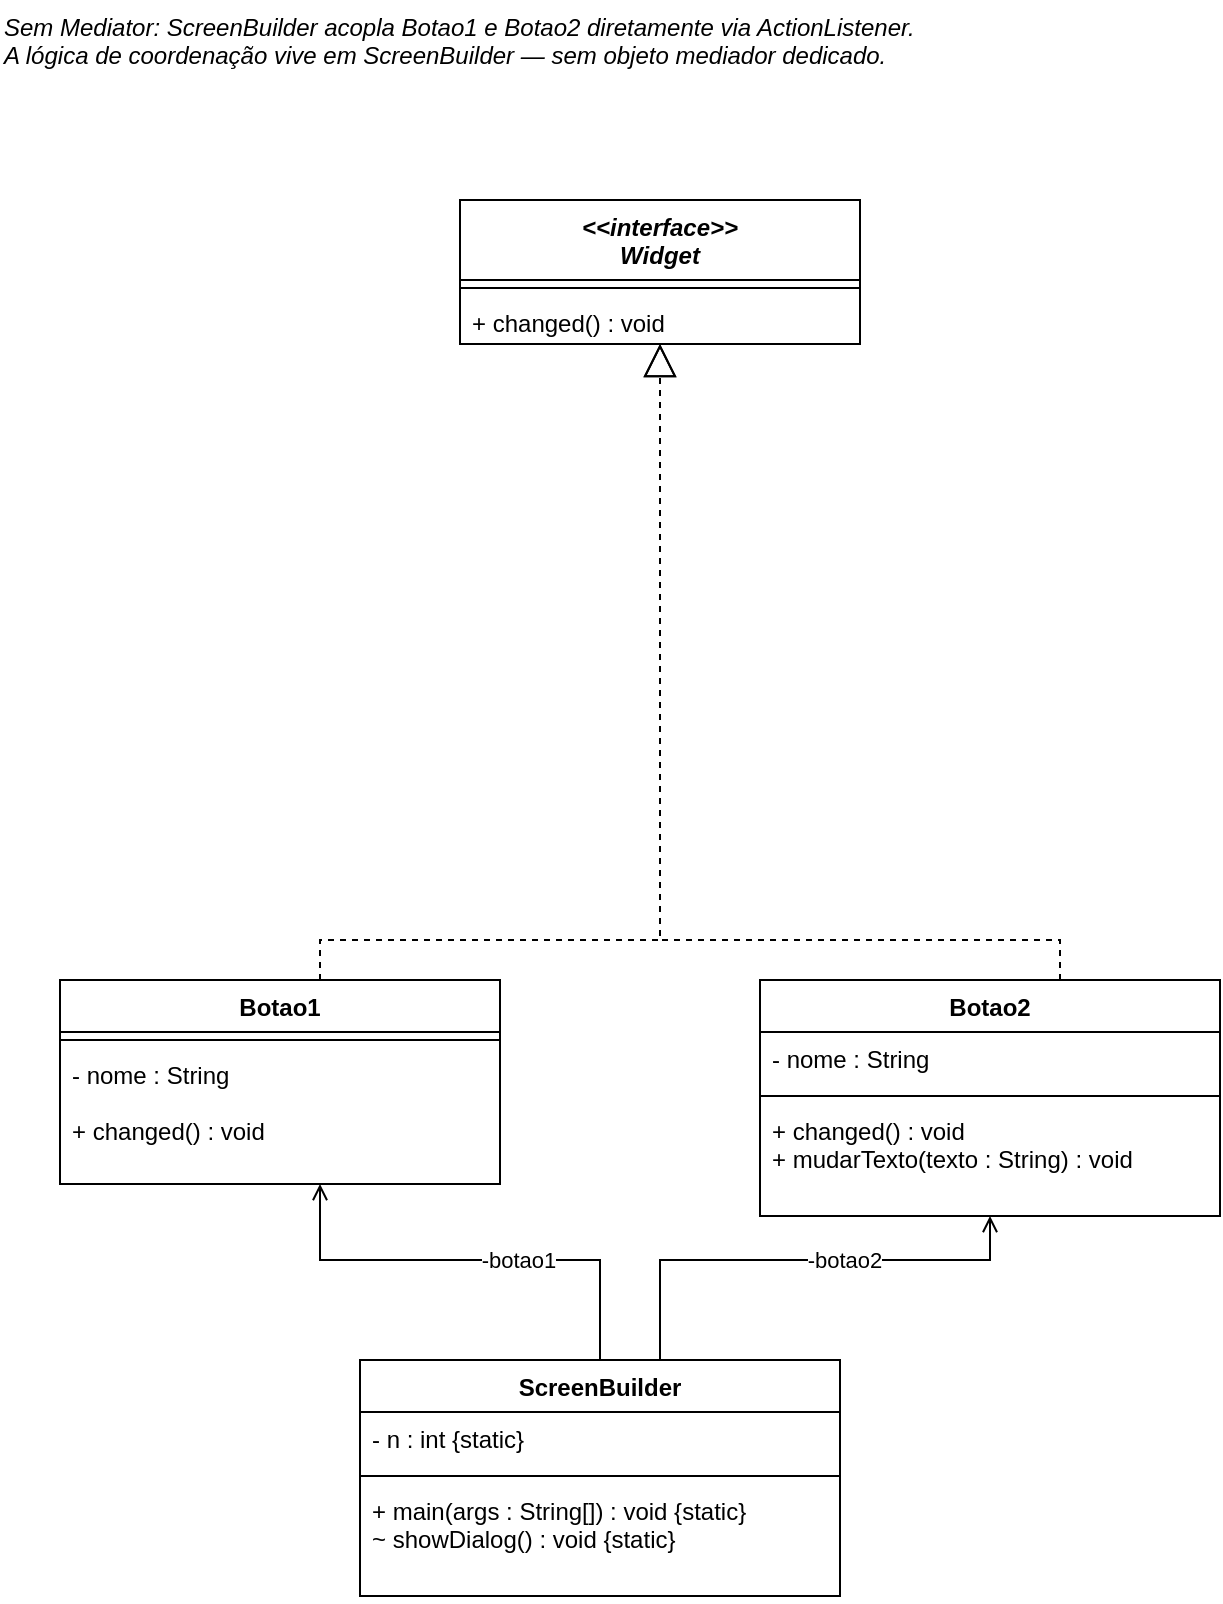
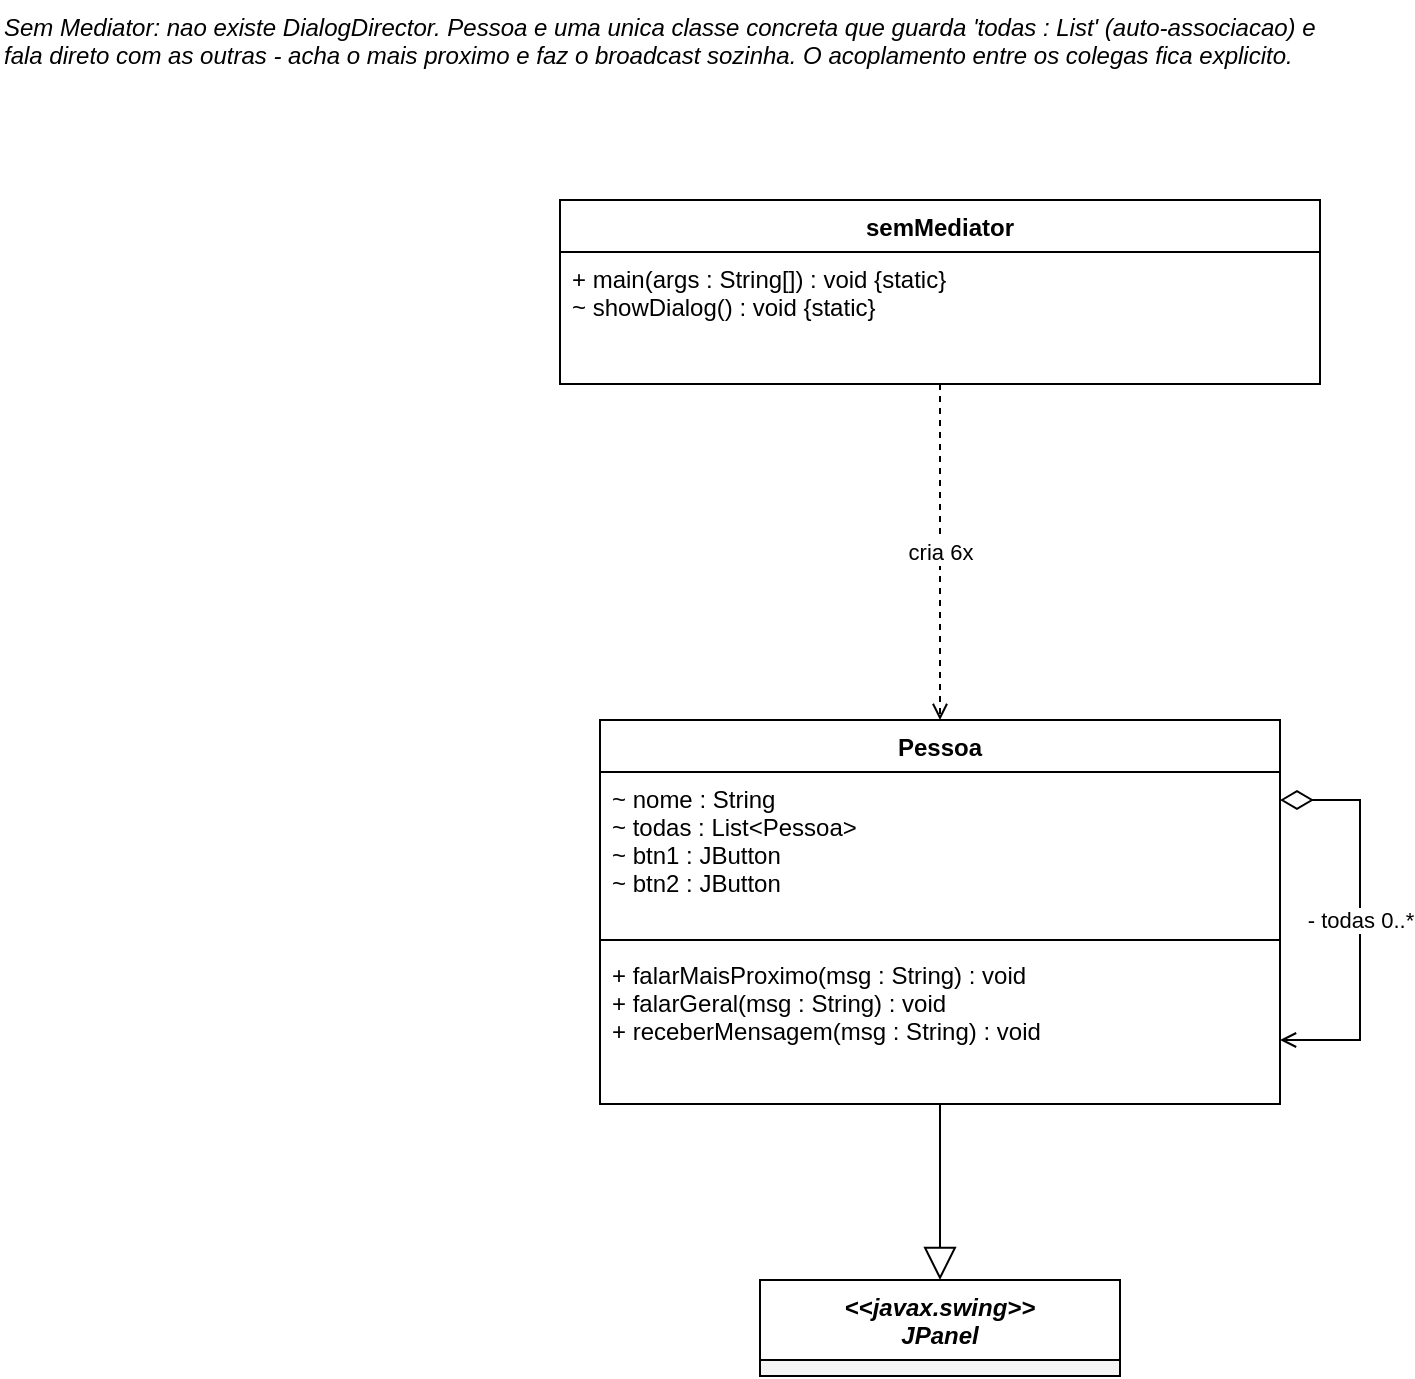
<mxfile host="app.diagrams.net">
  <diagram name="Classes-Sem-Mediator" id="classDiagSemMediator01">
    <mxGraphModel dx="1414" dy="825" grid="1" gridSize="10" guides="1" tooltips="1" connect="1" arrows="1" fold="1" page="1" pageScale="1" pageWidth="1169" pageHeight="827" math="0" shadow="0">
      <root>
        <mxCell id="0" />
        <mxCell id="1" parent="0" />
-         <mxCell id="t-note" parent="1" style="text;html=1;align=left;verticalAlign=top;whiteSpace=wrap;rounded=0;fontStyle=2;fontSize=12;" value="Sem Mediator: ScreenBuilder acopla Botao1 e Botao2 diretamente via ActionListener.&#xa;A lógica de coordenação vive em ScreenBuilder — sem objeto mediador dedicado." vertex="1">
-           <mxGeometry height="50" width="580" x="540" y="20" as="geometry" />
+         <mxCell id="t-note" parent="1" style="text;html=1;align=left;verticalAlign=top;whiteSpace=wrap;rounded=0;fontStyle=2;fontSize=12;" value="Sem Mediator: nao existe DialogDirector. Pessoa e uma unica classe concreta que guarda 'todas : List&lt;Pessoa&gt;' (auto-associacao) e fala direto com as outras - acha o mais proximo e faz o broadcast sozinha. O acoplamento entre os colegas fica explicito." vertex="1">
+           <mxGeometry height="60" width="660" x="120" y="20" as="geometry" />
        </mxCell>
-         <mxCell id="c-widget" parent="1" style="swimlane;fontStyle=1;align=center;verticalAlign=top;childLayout=stackLayout;horizontal=1;startSize=40;horizontalStack=0;resizeParent=1;resizeParentMax=0;resizeLast=0;collapsible=1;marginBottom=0;swimlaneFillColor=#ffffff;fontStyle=3;" value="&lt;&lt;interface&gt;&gt;&#xa;Widget" vertex="1">
-           <mxGeometry height="72" width="200" x="770" y="120" as="geometry" />
+ 
+         <mxCell id="c-sm" parent="1" style="swimlane;fontStyle=1;align=center;verticalAlign=top;childLayout=stackLayout;horizontal=1;startSize=26;horizontalStack=0;resizeParent=1;resizeParentMax=0;resizeLast=0;collapsible=1;marginBottom=0;swimlaneFillColor=#ffffff;" value="semMediator" vertex="1">
+           <mxGeometry height="92" width="380" x="400" y="120" as="geometry" />
        </mxCell>
-         <mxCell id="c-widget-attrs" parent="c-widget" style="line;strokeWidth=1;fillColor=none;align=left;verticalAlign=middle;spacingTop=-1;spacingLeft=3;spacingRight=3;rotatable=0;labelPosition=right;points=[];portConstraint=eastwest;" value="" vertex="1">
-           <mxGeometry height="8" width="200" y="40" as="geometry" />
+         <mxCell id="c-sm-m" parent="c-sm" style="text;strokeColor=none;fillColor=none;align=left;verticalAlign=top;spacingLeft=4;spacingRight=4;overflow=hidden;rotatable=0;points=[[0,0.5],[1,0.5]];portConstraint=eastwest;" value="+ main(args : String[]) : void {static}&#xa;~ showDialog() : void {static}" vertex="1">
+           <mxGeometry height="56" width="380" y="26" as="geometry" />
        </mxCell>
-         <mxCell id="c-widget-m1" parent="c-widget" style="text;strokeColor=none;fillColor=none;align=left;verticalAlign=top;spacingLeft=4;spacingRight=4;overflow=hidden;rotatable=0;points=[[0,0.5],[1,0.5]];portConstraint=eastwest;" value="+ changed() : void" vertex="1">
-           <mxGeometry height="24" width="200" y="48" as="geometry" />
+ 
+         <mxCell id="c-pessoa" parent="1" style="swimlane;fontStyle=1;align=center;verticalAlign=top;childLayout=stackLayout;horizontal=1;startSize=26;horizontalStack=0;resizeParent=1;resizeParentMax=0;resizeLast=0;collapsible=1;marginBottom=0;swimlaneFillColor=#ffffff;" value="Pessoa" vertex="1">
+           <mxGeometry height="192" width="340" x="420" y="380" as="geometry" />
        </mxCell>
-         <mxCell id="c-sb" parent="1" style="swimlane;fontStyle=1;align=center;verticalAlign=top;childLayout=stackLayout;horizontal=1;startSize=26;horizontalStack=0;resizeParent=1;resizeParentMax=0;resizeLast=0;collapsible=1;marginBottom=0;swimlaneFillColor=#ffffff;" value="ScreenBuilder" vertex="1">
-           <mxGeometry height="118" width="240" x="720" y="700" as="geometry" />
+         <mxCell id="c-pessoa-attrs" parent="c-pessoa" style="text;strokeColor=none;fillColor=none;align=left;verticalAlign=top;spacingLeft=4;spacingRight=4;overflow=hidden;rotatable=0;points=[[0,0.5],[1,0.5]];portConstraint=eastwest;" value="~ nome : String&#xa;~ todas : List&lt;Pessoa&gt;&#xa;~ btn1 : JButton&#xa;~ btn2 : JButton" vertex="1">
+           <mxGeometry height="80" width="340" y="26" as="geometry" />
        </mxCell>
-         <mxCell id="c-sb-attrs" parent="c-sb" style="text;strokeColor=none;fillColor=none;align=left;verticalAlign=top;spacingLeft=4;spacingRight=4;overflow=hidden;rotatable=0;points=[[0,0.5],[1,0.5]];portConstraint=eastwest;" value="- n : int {static}" vertex="1">
-           <mxGeometry height="28" width="240" y="26" as="geometry" />
+         <mxCell id="c-pessoa-line" parent="c-pessoa" style="line;strokeWidth=1;fillColor=none;align=left;verticalAlign=middle;spacingTop=-1;spacingLeft=3;spacingRight=3;rotatable=0;labelPosition=right;points=[];portConstraint=eastwest;" value="" vertex="1">
+           <mxGeometry height="8" width="340" y="106" as="geometry" />
        </mxCell>
-         <mxCell id="c-sb-line" parent="c-sb" style="line;strokeWidth=1;fillColor=none;align=left;verticalAlign=middle;spacingTop=-1;spacingLeft=3;spacingRight=3;rotatable=0;labelPosition=right;points=[];portConstraint=eastwest;" value="" vertex="1">
-           <mxGeometry height="8" width="240" y="54" as="geometry" />
+         <mxCell id="c-pessoa-m" parent="c-pessoa" style="text;strokeColor=none;fillColor=none;align=left;verticalAlign=top;spacingLeft=4;spacingRight=4;overflow=hidden;rotatable=0;points=[[0,0.5],[1,0.5]];portConstraint=eastwest;" value="+ falarMaisProximo(msg : String) : void&#xa;+ falarGeral(msg : String) : void&#xa;+ receberMensagem(msg : String) : void" vertex="1">
+           <mxGeometry height="68" width="340" y="114" as="geometry" />
        </mxCell>
-         <mxCell id="c-sb-m" parent="c-sb" style="text;strokeColor=none;fillColor=none;align=left;verticalAlign=top;spacingLeft=4;spacingRight=4;overflow=hidden;rotatable=0;points=[[0,0.5],[1,0.5]];portConstraint=eastwest;" value="+ main(args : String[]) : void {static}&#xa;~ showDialog() : void {static}" vertex="1">
-           <mxGeometry height="56" width="240" y="62" as="geometry" />
+ 
+         <mxCell id="c-jpanel" parent="1" style="swimlane;fontStyle=3;align=center;verticalAlign=top;childLayout=stackLayout;horizontal=1;startSize=40;horizontalStack=0;resizeParent=1;resizeParentMax=0;resizeLast=0;collapsible=1;marginBottom=0;swimlaneFillColor=#f5f5f5;" value="&lt;&lt;javax.swing&gt;&gt;&#xa;JPanel" vertex="1">
+           <mxGeometry height="48" width="180" x="500" y="660" as="geometry" />
        </mxCell>
-         <mxCell id="c-botao1" parent="1" style="swimlane;fontStyle=1;align=center;verticalAlign=top;childLayout=stackLayout;horizontal=1;startSize=26;horizontalStack=0;resizeParent=1;resizeParentMax=0;resizeLast=0;collapsible=1;marginBottom=0;swimlaneFillColor=#ffffff;" value="Botao1" vertex="1">
-           <mxGeometry height="102" width="220" x="570" y="510" as="geometry" />
+ 
+         <mxCell id="r-jpanel" edge="1" parent="1" source="c-pessoa" style="endArrow=block;endFill=0;endSize=14;html=1;rounded=0;edgeStyle=orthogonalEdgeStyle;" target="c-jpanel" value="">
+           <mxGeometry relative="1" as="geometry" />
        </mxCell>
-         <mxCell id="c-botao1-line" parent="c-botao1" style="line;strokeWidth=1;fillColor=none;align=left;verticalAlign=middle;spacingTop=-1;spacingLeft=3;spacingRight=3;rotatable=0;labelPosition=right;points=[];portConstraint=eastwest;" value="" vertex="1">
-           <mxGeometry height="8" width="220" y="26" as="geometry" />
+         <mxCell id="r-sm-pessoa" edge="1" parent="1" source="c-sm" style="endArrow=open;endFill=1;dashed=1;html=1;rounded=0;edgeStyle=orthogonalEdgeStyle;startArrow=none;fontSize=11;" target="c-pessoa" value="cria 6x">
+           <mxGeometry relative="1" as="geometry" />
        </mxCell>
-         <mxCell id="c-botao1-attrs" parent="c-botao1" style="text;strokeColor=none;fillColor=none;align=left;verticalAlign=top;spacingLeft=4;spacingRight=4;overflow=hidden;rotatable=0;points=[[0,0.5],[1,0.5]];portConstraint=eastwest;" value="- nome : String" vertex="1">
-           <mxGeometry height="28" width="220" y="34" as="geometry" />
-         </mxCell>
-         <mxCell id="c-botao1-m" parent="c-botao1" style="text;strokeColor=none;fillColor=none;align=left;verticalAlign=top;spacingLeft=4;spacingRight=4;overflow=hidden;rotatable=0;points=[[0,0.5],[1,0.5]];portConstraint=eastwest;" value="+ changed() : void" vertex="1">
-           <mxGeometry height="40" width="220" y="62" as="geometry" />
-         </mxCell>
-         <mxCell id="c-botao2" parent="1" style="swimlane;fontStyle=1;align=center;verticalAlign=top;childLayout=stackLayout;horizontal=1;startSize=26;horizontalStack=0;resizeParent=1;resizeParentMax=0;resizeLast=0;collapsible=1;marginBottom=0;swimlaneFillColor=#ffffff;" value="Botao2" vertex="1">
-           <mxGeometry height="118" width="230" x="920" y="510" as="geometry" />
-         </mxCell>
-         <mxCell id="c-botao2-attrs" parent="c-botao2" style="text;strokeColor=none;fillColor=none;align=left;verticalAlign=top;spacingLeft=4;spacingRight=4;overflow=hidden;rotatable=0;points=[[0,0.5],[1,0.5]];portConstraint=eastwest;" value="- nome : String" vertex="1">
-           <mxGeometry height="28" width="230" y="26" as="geometry" />
-         </mxCell>
-         <mxCell id="c-botao2-line" parent="c-botao2" style="line;strokeWidth=1;fillColor=none;align=left;verticalAlign=middle;spacingTop=-1;spacingLeft=3;spacingRight=3;rotatable=0;labelPosition=right;points=[];portConstraint=eastwest;" value="" vertex="1">
-           <mxGeometry height="8" width="230" y="54" as="geometry" />
-         </mxCell>
-         <mxCell id="c-botao2-m" parent="c-botao2" style="text;strokeColor=none;fillColor=none;align=left;verticalAlign=top;spacingLeft=4;spacingRight=4;overflow=hidden;rotatable=0;points=[[0,0.5],[1,0.5]];portConstraint=eastwest;" value="+ changed() : void&#xa;+ mudarTexto(texto : String) : void" vertex="1">
-           <mxGeometry height="56" width="230" y="62" as="geometry" />
-         </mxCell>
-         <mxCell id="r-real-botao1" edge="1" parent="1" source="c-botao1" style="endArrow=block;endFill=0;endSize=14;dashed=1;html=1;rounded=0;edgeStyle=orthogonalEdgeStyle;" target="c-widget" value="">
+         <mxCell id="r-self-todas" edge="1" parent="1" source="c-pessoa" style="endArrow=open;endFill=1;startArrow=diamondThin;startFill=0;startSize=14;html=1;rounded=0;edgeStyle=orthogonalEdgeStyle;fontSize=11;" target="c-pessoa" value="- todas 0..*">
          <mxGeometry relative="1" as="geometry">
            <Array as="points">
-               <mxPoint x="700" y="490" />
-               <mxPoint x="870" y="490" />
-             </Array>
-           </mxGeometry>
-         </mxCell>
-         <mxCell id="r-real-botao2" edge="1" parent="1" source="c-botao2" style="endArrow=block;endFill=0;endSize=14;dashed=1;html=1;rounded=0;edgeStyle=orthogonalEdgeStyle;" target="c-widget" value="">
-           <mxGeometry relative="1" as="geometry">
-             <Array as="points">
-               <mxPoint x="1070" y="490" />
-               <mxPoint x="870" y="490" />
-             </Array>
-           </mxGeometry>
-         </mxCell>
-         <mxCell id="r-assoc-sb-botao1" edge="1" parent="1" source="c-sb" style="endArrow=open;endFill=1;html=1;rounded=0;edgeStyle=orthogonalEdgeStyle;startArrow=none;fontSize=11;" target="c-botao1" value="-botao1">
-           <mxGeometry relative="1" x="-0.2" as="geometry">
-             <Array as="points">
-               <mxPoint x="840" y="650" />
-               <mxPoint x="700" y="650" />
-             </Array>
-           </mxGeometry>
-         </mxCell>
-         <mxCell id="r-assoc-sb-botao2" edge="1" parent="1" source="c-sb" style="endArrow=open;endFill=1;html=1;rounded=0;edgeStyle=orthogonalEdgeStyle;startArrow=none;fontSize=11;" target="c-botao2" value="-botao2">
-           <mxGeometry relative="1" x="0.2" as="geometry">
-             <Array as="points">
-               <mxPoint x="870" y="650" />
-               <mxPoint x="1035" y="650" />
+               <mxPoint x="800" y="420" />
+               <mxPoint x="800" y="540" />
            </Array>
          </mxGeometry>
        </mxCell>
      </root>
    </mxGraphModel>
  </diagram>
</mxfile>
